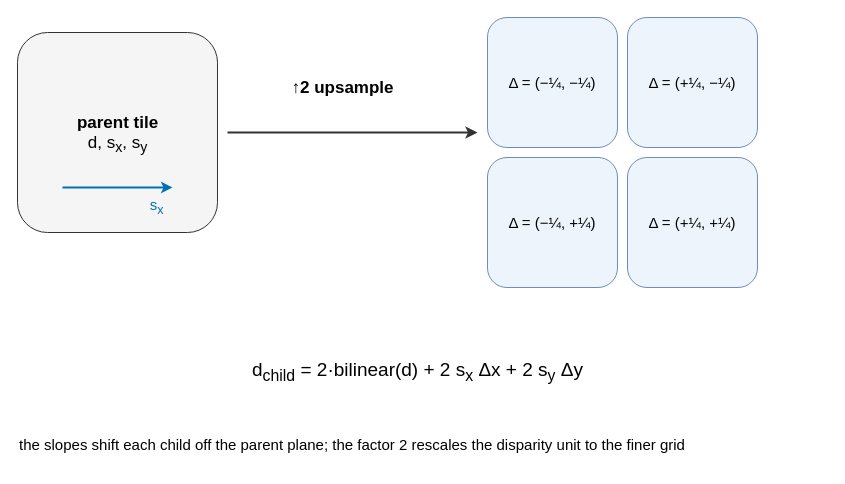
Before: thesis/book/figures/fig_3_5_plane_prop.drawio in abrar-nazib/StereoLite, a draw.io diagram. Source tidied: cells renumbered, new cells numbered last; positions are measured from the earlier drawing's top-left corner, leaving out a move shared by most shapes. Both pictures are drawn from the tidied source at 100%, with x=0, y=0 at pixel (17, 17).
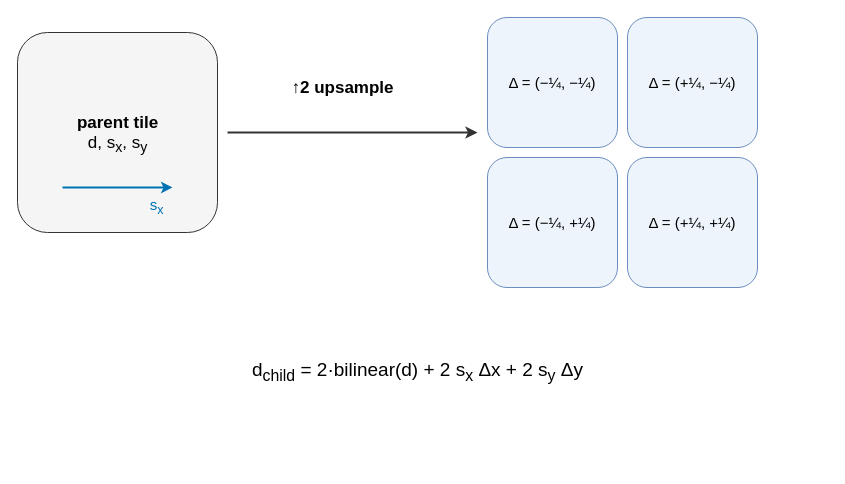
After the change.

The edit, as a diff of the source:
```diff
@@
 <mxGraphModel>
   <root>
     <mxCell id="0" />
     <mxCell id="1" parent="0" />
     <mxCell id="2" style="rounded=1;whiteSpace=wrap;html=1;fillColor=#f5f5f5;strokeColor=#333333;fontSize=11;align=center;" parent="1" vertex="1">
       <mxGeometry y="15" width="200" height="200" as="geometry" />
     </mxCell>
     <mxCell id="3" value="&lt;b&gt;parent tile&lt;/b&gt;&lt;br&gt;d, s&lt;sub&gt;x&lt;/sub&gt;, s&lt;sub&gt;y&lt;/sub&gt;" style="text;html=1;align=center;verticalAlign=middle;fontSize=17;fontColor=#000000;" parent="1" vertex="1">
       <mxGeometry y="95" width="200" height="44" as="geometry" />
     </mxCell>
     <mxCell id="4" style="html=1;strokeColor=#0072B2;strokeWidth=1.8;endArrow=classic;" parent="1" edge="1">
       <mxGeometry relative="1" as="geometry">
         <mxPoint x="45" y="170" as="sourcePoint" />
         <mxPoint x="155" y="170" as="targetPoint" />
       </mxGeometry>
     </mxCell>
     <mxCell id="5" value="s&lt;sub&gt;x&lt;/sub&gt;" style="text;html=1;align=center;verticalAlign=middle;fontSize=15;fontColor=#0072B2;" parent="1" vertex="1">
       <mxGeometry x="115" y="177" width="48" height="24" as="geometry" />
     </mxCell>
     <mxCell id="6" value="&lt;b&gt;&amp;#8593;2 upsample&lt;/b&gt;" style="text;html=1;align=center;verticalAlign=middle;fontSize=17;fontColor=#000000;" parent="1" vertex="1">
       <mxGeometry x="230" y="55" width="190" height="32" as="geometry" />
     </mxCell>
     <mxCell id="7" value="&lt;font style='font-size:15px'&gt;&amp;#916; = (&amp;#8722;¼, &amp;#8722;¼)&lt;/font&gt;" style="rounded=1;whiteSpace=wrap;html=1;fillColor=#eef4fb;strokeColor=#6c8ebf;fontSize=11;align=center;" parent="1" vertex="1">
       <mxGeometry x="470" width="130" height="130" as="geometry" />
     </mxCell>
     <mxCell id="8" value="&lt;font style='font-size:15px'&gt;&amp;#916; = (+¼, &amp;#8722;¼)&lt;/font&gt;" style="rounded=1;whiteSpace=wrap;html=1;fillColor=#eef4fb;strokeColor=#6c8ebf;fontSize=11;align=center;" parent="1" vertex="1">
       <mxGeometry x="610" width="130" height="130" as="geometry" />
     </mxCell>
     <mxCell id="9" value="&lt;font style='font-size:15px'&gt;&amp;#916; = (&amp;#8722;¼, +¼)&lt;/font&gt;" style="rounded=1;whiteSpace=wrap;html=1;fillColor=#eef4fb;strokeColor=#6c8ebf;fontSize=11;align=center;" parent="1" vertex="1">
       <mxGeometry x="470" y="140" width="130" height="130" as="geometry" />
     </mxCell>
     <mxCell id="10" value="&lt;font style='font-size:15px'&gt;&amp;#916; = (+¼, +¼)&lt;/font&gt;" style="rounded=1;whiteSpace=wrap;html=1;fillColor=#eef4fb;strokeColor=#6c8ebf;fontSize=11;align=center;" parent="1" vertex="1">
       <mxGeometry x="610" y="140" width="130" height="130" as="geometry" />
     </mxCell>
     <mxCell id="11" style="html=1;strokeColor=#333333;strokeWidth=2.0;endArrow=classic;" parent="1" edge="1">
       <mxGeometry relative="1" as="geometry">
         <mxPoint x="210" y="115" as="sourcePoint" />
         <mxPoint x="460" y="115" as="targetPoint" />
       </mxGeometry>
     </mxCell>
     <mxCell id="12" value="&lt;font style='font-size:19px'&gt;d&lt;sub&gt;child&lt;/sub&gt; = 2&amp;#183;bilinear(d) + 2 s&lt;sub&gt;x&lt;/sub&gt; &amp;#916;x + 2 s&lt;sub&gt;y&lt;/sub&gt; &amp;#916;y&lt;/font&gt;" style="text;html=1;align=center;verticalAlign=middle;fontSize=19;fontColor=#000000;" parent="1" vertex="1">
       <mxGeometry y="325" width="800" height="60" as="geometry" />
     </mxCell>
-    <mxCell id="13" value="&lt;font style='font-size:15px'&gt;the slopes shift each child off the parent plane; the factor 2 rescales the disparity unit to the finer grid&lt;/font&gt;" style="text;html=1;align=left;verticalAlign=middle;fontSize=15;fontColor=#000000;" parent="1" vertex="1">
-      <mxGeometry y="405" width="810" height="44" as="geometry" />
-    </mxCell>
   </root>
 </mxGraphModel>
```
